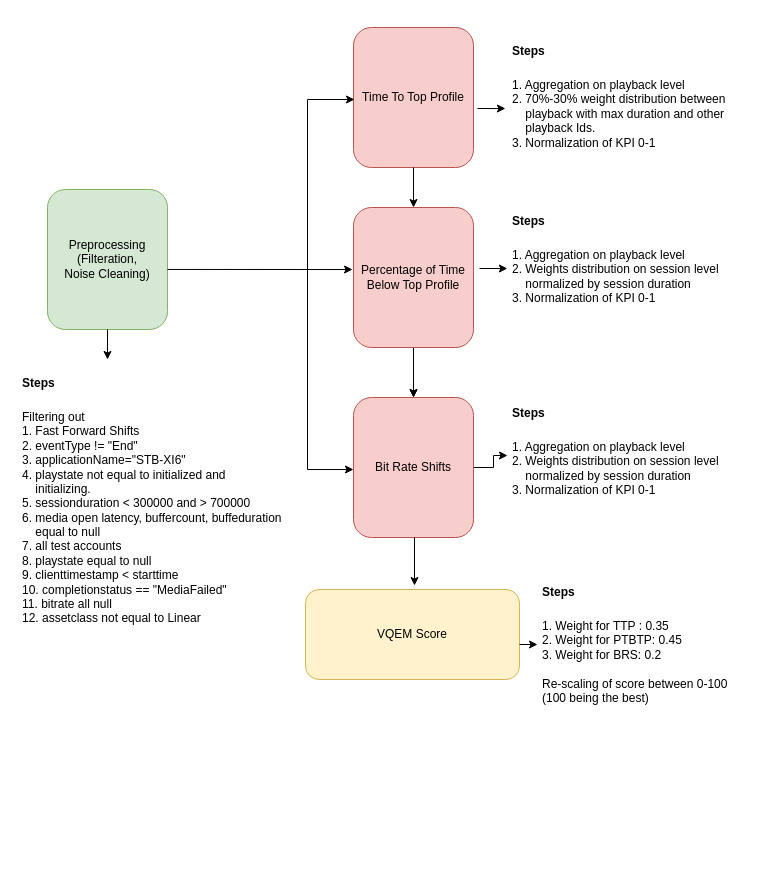
Earlier version of the draw.io diagram VQEM_architecture.drawio (VikramKarwal-Rogers/VQEM). Source tidied: cells renumbered, new cells numbered last; positions are measured from the earlier drawing's top-left corner, leaving out a move shared by most shapes. Both pictures are drawn from the tidied source at 100%, with x=0, y=0 at pixel (17, 27).
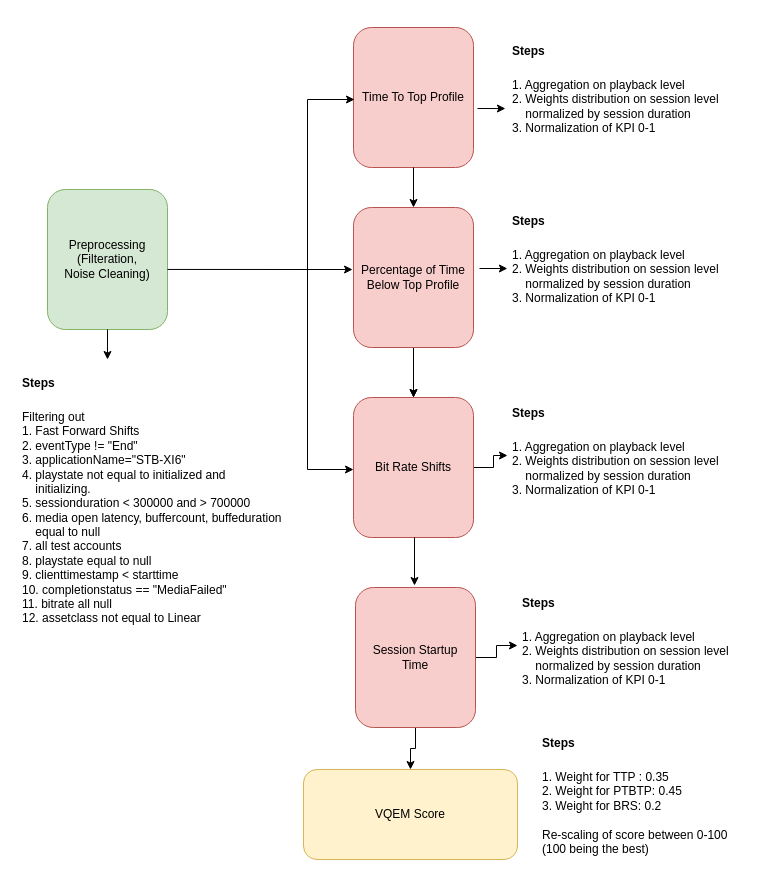
The same page after the edit.

The edit, as a diff of the source:
```diff
@@
-    <mxCell id="13" value="&lt;h1&gt;&lt;font style=&quot;font-size: 12px&quot;&gt;Steps&lt;/font&gt;&lt;/h1&gt;&lt;div&gt;&lt;font style=&quot;font-size: 12px&quot;&gt;1. Aggregation on playback level&lt;/font&gt;&lt;/div&gt;&lt;div&gt;&lt;font style=&quot;font-size: 12px&quot;&gt;2. 70%-30% weight distribution between&lt;/font&gt;&lt;/div&gt;&lt;div&gt;&lt;font style=&quot;font-size: 12px&quot;&gt;&amp;nbsp; &amp;nbsp; playback with max duration and other&lt;/font&gt;&lt;/div&gt;&lt;div&gt;&lt;font style=&quot;font-size: 12px&quot;&gt;&amp;nbsp; &amp;nbsp; playback Ids.&lt;/font&gt;&lt;/div&gt;&lt;div&gt;&lt;font style=&quot;font-size: 12px&quot;&gt;3. Normalization of KPI 0-1&lt;/font&gt;&lt;/div&gt;&lt;div&gt;&lt;font style=&quot;font-size: 12px&quot;&gt;&lt;br&gt;&lt;/font&gt;&lt;/div&gt;" style="text;html=1;strokeColor=none;fillColor=none;spacing=5;spacingTop=-20;whiteSpace=wrap;overflow=hidden;rounded=0;" parent="1" vertex="1">
+    <mxCell id="13" value="&lt;h1&gt;&lt;font style=&quot;font-size: 12px&quot;&gt;Steps&lt;/font&gt;&lt;/h1&gt;&lt;div&gt;&lt;font style=&quot;font-size: 12px&quot;&gt;1. Aggregation on playback level&lt;/font&gt;&lt;/div&gt;&lt;div&gt;&lt;font style=&quot;font-size: 12px&quot;&gt;2. Weights distribution on session level&lt;/font&gt;&lt;/div&gt;&lt;div&gt;&lt;font style=&quot;font-size: 12px&quot;&gt;&amp;nbsp; &amp;nbsp; normalized by session duration&lt;/font&gt;&lt;/div&gt;&lt;div&gt;&lt;font style=&quot;font-size: 12px&quot;&gt;3. Normalization of KPI 0-1&lt;/font&gt;&lt;/div&gt;&lt;div&gt;&lt;font style=&quot;font-size: 12px&quot;&gt;&lt;br&gt;&lt;/font&gt;&lt;/div&gt;" style="text;html=1;strokeColor=none;fillColor=none;spacing=5;spacingTop=-20;whiteSpace=wrap;overflow=hidden;rounded=0;" parent="1" vertex="1">
       <mxGeometry x="490" width="230" height="132" as="geometry" />
     </mxCell>
@@
     <mxCell id="21" value="VQEM Score" style="rounded=1;whiteSpace=wrap;html=1;fillColor=#fff2cc;strokeColor=#d6b656;" parent="1" vertex="1">
-      <mxGeometry x="288" y="562" width="214" height="90" as="geometry" />
+      <mxGeometry x="286" y="742" width="214" height="90" as="geometry" />
     </mxCell>
     <mxCell id="22" value="&lt;h1&gt;&lt;font style=&quot;font-size: 12px&quot;&gt;Steps&lt;/font&gt;&lt;/h1&gt;&lt;div&gt;1. Weight for TTP : 0.35&lt;/div&gt;&lt;div&gt;2. Weight for PTBTP: 0.45&lt;/div&gt;&lt;div&gt;3. Weight for BRS: 0.2&lt;/div&gt;&lt;div&gt;&lt;br&gt;&lt;/div&gt;&lt;div&gt;Re-scaling of score between 0-100&lt;/div&gt;&lt;div&gt;(100 being the best)&lt;/div&gt;" style="text;html=1;strokeColor=none;fillColor=none;spacing=5;spacingTop=-20;whiteSpace=wrap;overflow=hidden;rounded=0;" parent="1" vertex="1">
-      <mxGeometry x="520" y="541" width="230" height="151" as="geometry" />
+      <mxGeometry x="520" y="691.5" width="230" height="151" as="geometry" />
     </mxCell>
@@
-    <mxCell id="25" style="endArrow=classic;html=1;" parent="1" edge="1">
-      <mxGeometry relative="1" as="geometry">
-        <mxPoint x="502" y="617" as="sourcePoint" />
-        <mxPoint x="520" y="617" as="targetPoint" />
-      </mxGeometry>
-    </mxCell>
+    <mxCell id="26" style="edgeStyle=orthogonalEdgeStyle;rounded=0;jettySize=auto;html=1;" parent="1" edge="1" source="28" target="29">
+      <mxGeometry relative="1" as="geometry" />
+    </mxCell>
+    <mxCell id="27" style="edgeStyle=orthogonalEdgeStyle;rounded=0;jettySize=auto;html=1;" parent="1" edge="1" source="28" target="21">
+      <mxGeometry relative="1" as="geometry" />
+    </mxCell>
+    <mxCell id="28" value="Session Startup &lt;br&gt;Time" style="rounded=1;whiteSpace=wrap;html=1;fillColor=#f8cecc;strokeColor=#b85450;" parent="1" vertex="1">
+      <mxGeometry x="338" y="560" width="120" height="140" as="geometry" />
+    </mxCell>
+    <mxCell id="29" value="&lt;h1&gt;&lt;font style=&quot;font-size: 12px&quot;&gt;Steps&lt;/font&gt;&lt;/h1&gt;&lt;div&gt;&lt;font style=&quot;font-size: 12px&quot;&gt;1. Aggregation on playback level&lt;/font&gt;&lt;/div&gt;&lt;div&gt;&lt;font style=&quot;font-size: 12px&quot;&gt;2. Weights distribution on session level&amp;nbsp;&amp;nbsp;&lt;/font&gt;&lt;/div&gt;&lt;div&gt;&lt;span&gt;&amp;nbsp; &amp;nbsp; normalized by session duration&lt;/span&gt;&lt;br&gt;&lt;/div&gt;&lt;div&gt;&lt;span&gt;3. Normalization of KPI 0-1&lt;/span&gt;&lt;/div&gt;&lt;div&gt;&lt;font style=&quot;font-size: 12px&quot;&gt;&lt;br&gt;&lt;/font&gt;&lt;/div&gt;" style="text;html=1;strokeColor=none;fillColor=none;spacing=5;spacingTop=-20;whiteSpace=wrap;overflow=hidden;rounded=0;" parent="1" vertex="1">
+      <mxGeometry x="500" y="552" width="230" height="132" as="geometry" />
+    </mxCell>
```
